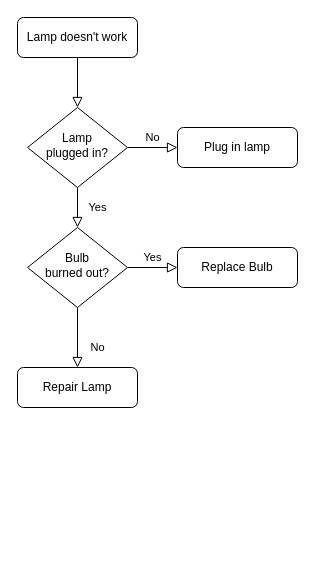
This is Untitled Diagram.drawio from Renaguru/Draw.io, a draw.io file, before an edit. Source tidied: cells renumbered, new cells numbered last; positions are measured from the earlier drawing's top-left corner, leaving out a move shared by most shapes. Both pictures are drawn from the tidied source at 100%, with x=0, y=0 at pixel (17, 17).
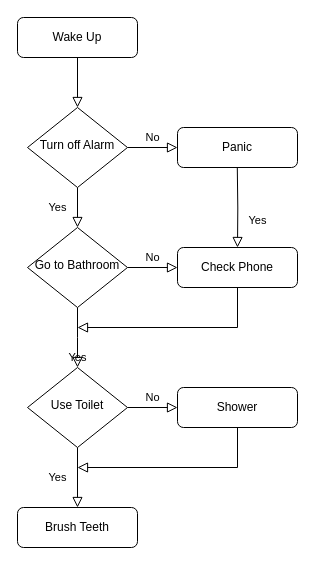
The same page after the edit.

Commit message:
Brush Teeth - Daily Flow

Diff of the diagram source:
```diff
@@
-    <mxCell id="3" value="Lamp doesn't work" style="rounded=1;whiteSpace=wrap;html=1;fontSize=12;glass=0;strokeWidth=1;shadow=0;" parent="1" vertex="1">
+    <mxCell id="3" value="Wake Up" style="rounded=1;whiteSpace=wrap;html=1;fontSize=12;glass=0;strokeWidth=1;shadow=0;" parent="1" vertex="1">
       <mxGeometry width="120" height="40" as="geometry" />
     </mxCell>
     <mxCell id="4" value="Yes" style="rounded=0;html=1;jettySize=auto;fontSize=11;endArrow=block;endFill=0;endSize=8;strokeWidth=1;shadow=0;labelBackgroundColor=none;edgeStyle=orthogonalEdgeStyle;" parent="1" edge="1" source="6" target="10">
-      <mxGeometry y="20" relative="1" as="geometry" />
+      <mxGeometry y="-20" relative="1" as="geometry" />
     </mxCell>
@@
-    <mxCell id="6" value="Lamp&lt;br&gt;plugged in?" style="rhombus;whiteSpace=wrap;html=1;shadow=0;fontFamily=Helvetica;fontSize=12;align=center;strokeWidth=1;spacing=6;spacingTop=-4;" parent="1" vertex="1">
+    <mxCell id="6" value="Turn off Alarm" style="rhombus;whiteSpace=wrap;html=1;shadow=0;fontFamily=Helvetica;fontSize=12;align=center;strokeWidth=1;spacing=6;spacingTop=-4;" parent="1" vertex="1">
       <mxGeometry x="10" y="90" width="100" height="80" as="geometry" />
     </mxCell>
-    <mxCell id="7" value="Plug in lamp" style="rounded=1;whiteSpace=wrap;html=1;fontSize=12;glass=0;strokeWidth=1;shadow=0;" parent="1" vertex="1">
+    <mxCell id="7" value="Panic" style="rounded=1;whiteSpace=wrap;html=1;fontSize=12;glass=0;strokeWidth=1;shadow=0;" parent="1" vertex="1">
       <mxGeometry x="160" y="110" width="120" height="40" as="geometry" />
     </mxCell>
-    <mxCell id="8" value="No" style="rounded=0;html=1;jettySize=auto;fontSize=11;endArrow=block;endFill=0;endSize=8;strokeWidth=1;shadow=0;labelBackgroundColor=none;edgeStyle=orthogonalEdgeStyle;" parent="1" edge="1" source="10" target="11">
-      <mxGeometry x="0.33" y="20" relative="1" as="geometry" />
+    <mxCell id="8" value="Yes" style="rounded=0;html=1;jettySize=auto;fontSize=11;endArrow=block;endFill=0;endSize=8;strokeWidth=1;shadow=0;labelBackgroundColor=none;edgeStyle=orthogonalEdgeStyle;" parent="1" edge="1" source="10">
+      <mxGeometry y="-20" relative="1" as="geometry">
+        <mxPoint x="60" y="350" as="targetPoint" />
+      </mxGeometry>
     </mxCell>
-    <mxCell id="9" value="Yes" style="edgeStyle=orthogonalEdgeStyle;rounded=0;html=1;jettySize=auto;fontSize=11;endArrow=block;endFill=0;endSize=8;strokeWidth=1;shadow=0;labelBackgroundColor=none;" parent="1" edge="1" source="10" target="12">
+    <mxCell id="9" value="No" style="edgeStyle=orthogonalEdgeStyle;rounded=0;html=1;jettySize=auto;fontSize=11;endArrow=block;endFill=0;endSize=8;strokeWidth=1;shadow=0;labelBackgroundColor=none;" parent="1" edge="1" source="10" target="12">
       <mxGeometry y="10" relative="1" as="geometry" />
     </mxCell>
-    <mxCell id="10" value="Bulb&lt;br&gt;burned out?" style="rhombus;whiteSpace=wrap;html=1;shadow=0;fontFamily=Helvetica;fontSize=12;align=center;strokeWidth=1;spacing=6;spacingTop=-4;" parent="1" vertex="1">
+    <mxCell id="10" value="Go to Bathroom" style="rhombus;whiteSpace=wrap;html=1;shadow=0;fontFamily=Helvetica;fontSize=12;align=center;strokeWidth=1;spacing=6;spacingTop=-4;" parent="1" vertex="1">
       <mxGeometry x="10" y="210" width="100" height="80" as="geometry" />
     </mxCell>
-    <mxCell id="11" value="Repair Lamp" style="rounded=1;whiteSpace=wrap;html=1;fontSize=12;glass=0;strokeWidth=1;shadow=0;" parent="1" vertex="1">
-      <mxGeometry y="350" width="120" height="40" as="geometry" />
-    </mxCell>
-    <mxCell id="12" value="Replace Bulb" style="rounded=1;whiteSpace=wrap;html=1;fontSize=12;glass=0;strokeWidth=1;shadow=0;" parent="1" vertex="1">
+    <mxCell id="12" value="Check Phone" style="rounded=1;whiteSpace=wrap;html=1;fontSize=12;glass=0;strokeWidth=1;shadow=0;" parent="1" vertex="1">
       <mxGeometry x="160" y="230" width="120" height="40" as="geometry" />
     </mxCell>
+    <mxCell id="13" value="Yes" style="rounded=0;html=1;jettySize=auto;fontSize=11;endArrow=block;endFill=0;endSize=8;strokeWidth=1;shadow=0;labelBackgroundColor=none;edgeStyle=orthogonalEdgeStyle;" parent="1" edge="1" source="15" target="16">
+      <mxGeometry y="-20" relative="1" as="geometry" />
+    </mxCell>
+    <mxCell id="14" value="No" style="edgeStyle=orthogonalEdgeStyle;rounded=0;html=1;jettySize=auto;fontSize=11;endArrow=block;endFill=0;endSize=8;strokeWidth=1;shadow=0;labelBackgroundColor=none;" parent="1" edge="1" source="15" target="17">
+      <mxGeometry y="10" relative="1" as="geometry" />
+    </mxCell>
+    <mxCell id="15" value="Use Toilet" style="rhombus;whiteSpace=wrap;html=1;shadow=0;fontFamily=Helvetica;fontSize=12;align=center;strokeWidth=1;spacing=6;spacingTop=-4;" parent="1" vertex="1">
+      <mxGeometry x="10" y="350" width="100" height="80" as="geometry" />
+    </mxCell>
+    <mxCell id="16" value="Brush Teeth" style="rounded=1;whiteSpace=wrap;html=1;fontSize=12;glass=0;strokeWidth=1;shadow=0;" parent="1" vertex="1">
+      <mxGeometry y="490" width="120" height="40" as="geometry" />
+    </mxCell>
+    <mxCell id="17" value="Shower" style="rounded=1;whiteSpace=wrap;html=1;fontSize=12;glass=0;strokeWidth=1;shadow=0;" parent="1" vertex="1">
+      <mxGeometry x="160" y="370" width="120" height="40" as="geometry" />
+    </mxCell>
+    <mxCell id="18" style="rounded=0;html=1;jettySize=auto;orthogonalLoop=1;fontSize=11;endArrow=block;endFill=0;endSize=8;strokeWidth=1;shadow=0;labelBackgroundColor=none;edgeStyle=orthogonalEdgeStyle;" parent="1" edge="1">
+      <mxGeometry x="-0.52" y="114" relative="1" as="geometry">
+        <mxPoint x="220" y="270" as="sourcePoint" />
+        <mxPoint x="60" y="310" as="targetPoint" />
+        <Array as="points">
+          <mxPoint x="220" y="310" />
+        </Array>
+        <mxPoint x="110" y="-84" as="offset" />
+      </mxGeometry>
+    </mxCell>
+    <mxCell id="19" value="Yes" style="rounded=0;html=1;jettySize=auto;fontSize=11;endArrow=block;endFill=0;endSize=8;strokeWidth=1;shadow=0;labelBackgroundColor=none;edgeStyle=orthogonalEdgeStyle;entryX=0.5;entryY=0;entryDx=0;entryDy=0;" parent="1" edge="1" target="12">
+      <mxGeometry x="0.33" y="20" relative="1" as="geometry">
+        <mxPoint x="219.8" y="150" as="sourcePoint" />
+      </mxGeometry>
+    </mxCell>
+    <mxCell id="20" style="rounded=0;html=1;jettySize=auto;orthogonalLoop=1;fontSize=11;endArrow=block;endFill=0;endSize=8;strokeWidth=1;shadow=0;labelBackgroundColor=none;edgeStyle=orthogonalEdgeStyle;" parent="1" edge="1">
+      <mxGeometry x="-0.52" y="114" relative="1" as="geometry">
+        <mxPoint x="220" y="410" as="sourcePoint" />
+        <mxPoint x="60" y="450" as="targetPoint" />
+        <Array as="points">
+          <mxPoint x="220" y="450" />
+        </Array>
+        <mxPoint x="110" y="-84" as="offset" />
+      </mxGeometry>
+    </mxCell>
```
